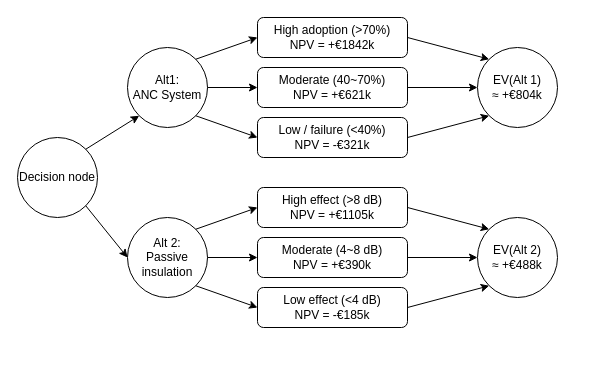
ShiyunKong/draw.io-storage keeps this draw.io diagram as Decision tree – active noise cancelling system, Daikin heat pump, Eindhoven.drawio. Above is the earlier version. Source tidied: cells renumbered, new cells numbered last; positions are measured from the earlier drawing's top-left corner, leaving out a move shared by most shapes. Both pictures are drawn from the tidied source at 100%, with x=0, y=0 at pixel (17, 17).
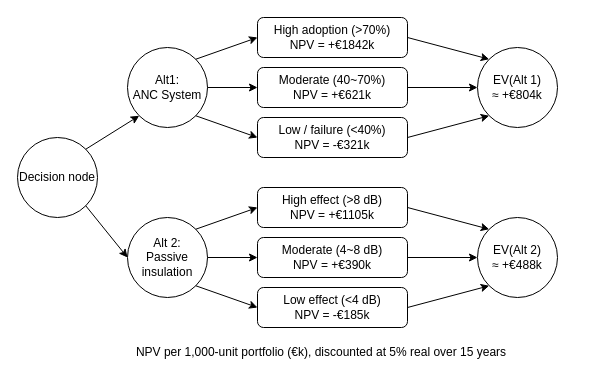
After the change.

Change to the diagram source:
```diff
@@
+    <mxCell id="27" value="NPV per 1,000-unit portfolio (€k), discounted at 5% real over 15 years" style="text;html=1;whiteSpace=wrap;strokeColor=none;fillColor=none;align=center;verticalAlign=middle;rounded=0;" parent="1" vertex="1">
+      <mxGeometry x="54" y="320" width="500" height="30" as="geometry" />
+    </mxCell>
```
